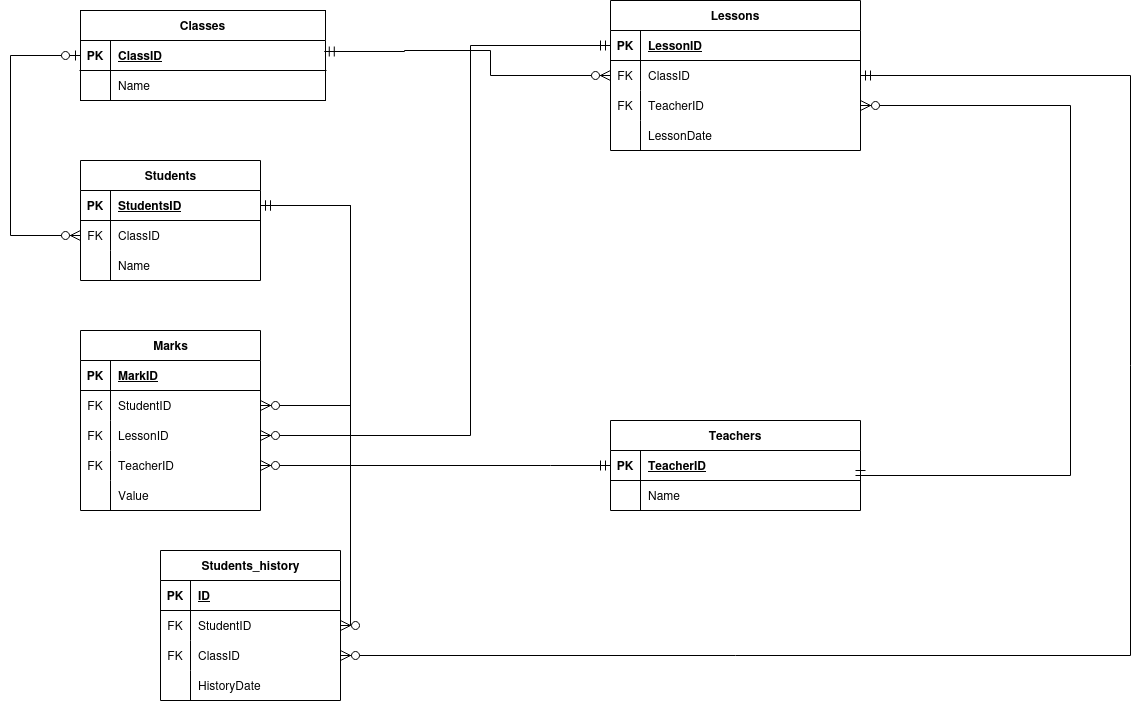
Before: docs/logical-model.png, a diagram exported from draw.io (demercurizer/School-Database). Source tidied: cells renumbered, new cells last; positions are measured from the earlier drawing's top-left corner, leaving out a move shared by most shapes.
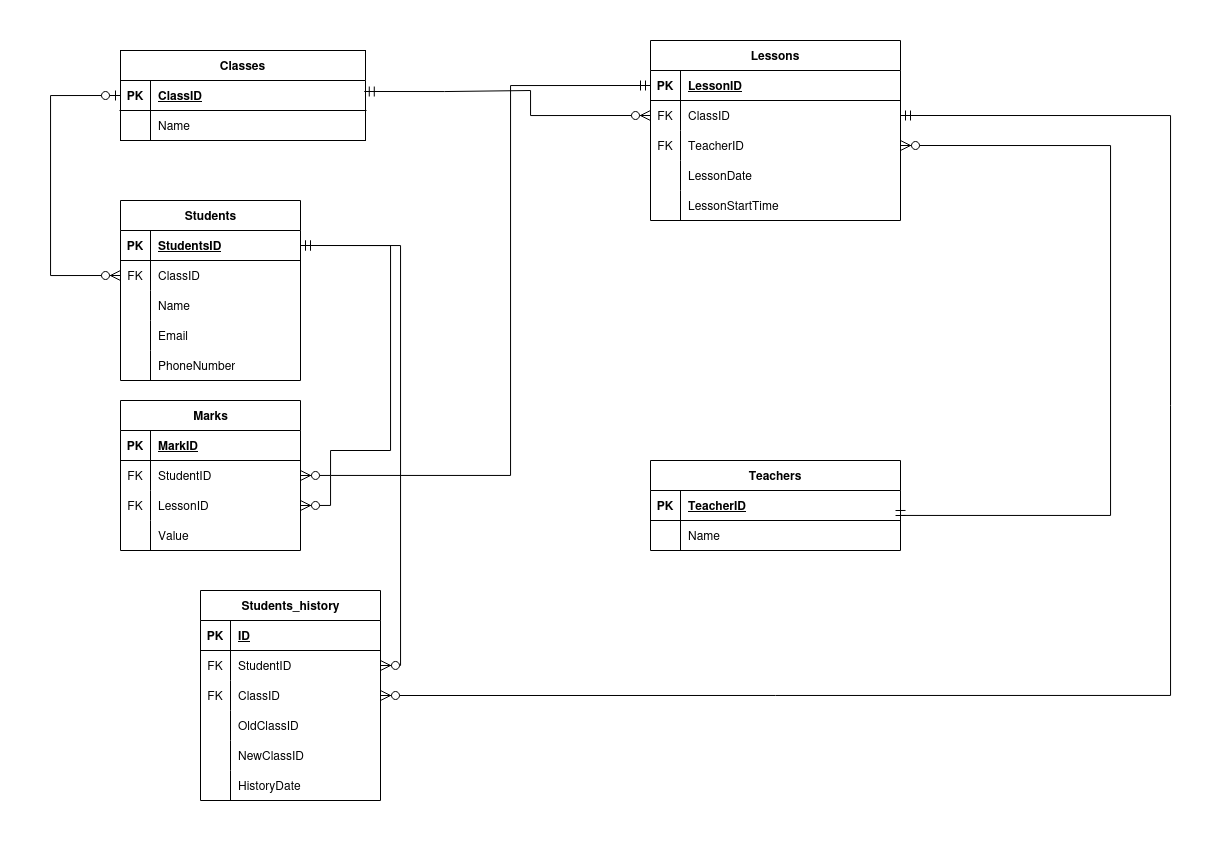
Above is the later version.

The edit, as a diff of the source:
```diff
@@ -31,7 +31,7 @@
       <mxGeometry x="30" width="215" height="30" as="geometry" />
     </mxCell>
     <mxCell id="10" value="Lessons" style="shape=table;startSize=30;rowLines=0;fontStyle=1;align=center;" parent="1" vertex="1">
-      <mxGeometry x="600" width="250" height="150" as="geometry" />
+      <mxGeometry x="600" width="250" height="180" as="geometry" />
     </mxCell>
     <mxCell id="11" style="shape=partialRectangle;fillColor=none;points=[[0,0.5],[1,0.5]];portConstraint=eastwest;top=0;left=0;right=0;bottom=1;" parent="10" vertex="1">
       <mxGeometry y="30" width="250" height="30" as="geometry" />
@@ -69,6 +69,15 @@
     <mxCell id="22" value="LessonDate" style="shape=partialRectangle;overflow=hidden;fillColor=none;top=0;left=0;bottom=0;right=0;align=left;spacingLeft=6;" parent="20" vertex="1">
       <mxGeometry x="30" width="220" height="30" as="geometry" />
     </mxCell>
+    <mxCell id="77" style="shape=partialRectangle;fillColor=none;top=0;left=0;right=0;bottom=0;" parent="10" vertex="1">
+      <mxGeometry y="150" width="250" height="30" as="geometry" />
+    </mxCell>
+    <mxCell id="78" style="shape=partialRectangle;overflow=hidden;fillColor=none;top=0;left=0;bottom=0;right=0;" parent="77" vertex="1">
+      <mxGeometry width="30" height="30" as="geometry" />
+    </mxCell>
+    <mxCell id="79" value="LessonStartTime" style="shape=partialRectangle;overflow=hidden;fillColor=none;top=0;left=0;bottom=0;right=0;align=left;spacingLeft=6;" parent="77" vertex="1">
+      <mxGeometry x="30" width="220" height="30" as="geometry" />
+    </mxCell>
     <mxCell id="23" value="Teachers" style="shape=table;startSize=30;rowLines=0;fontStyle=1;align=center;" parent="1" vertex="1">
       <mxGeometry x="600" y="420" width="250" height="90" as="geometry" />
     </mxCell>
@@ -91,7 +100,7 @@
       <mxGeometry x="30" width="220" height="30" as="geometry" />
     </mxCell>
     <mxCell id="30" value="Students" style="shape=table;startSize=30;rowLines=0;fontStyle=1;align=center;html=1;" parent="1" vertex="1">
-      <mxGeometry x="70" y="160" width="180" height="120" as="geometry" />
+      <mxGeometry x="70" y="160" width="180" height="180" as="geometry" />
     </mxCell>
     <mxCell id="31" style="shape=tableRow;horizontal=0;startSize=0;swimlaneHead=0;swimlaneBody=0;fillColor=none;points=[[0,0.5],[1,0.5]];portConstraint=eastwest;top=0;left=0;right=0;bottom=1;" parent="30" vertex="1">
       <mxGeometry y="30" width="180" height="30" as="geometry" />
@@ -120,8 +129,26 @@
     <mxCell id="39" value="Name" style="shape=partialRectangle;fillColor=none;top=0;left=0;bottom=0;right=0;align=left;spacingLeft=6;overflow=hidden;whiteSpace=wrap;html=1;" parent="37" vertex="1">
       <mxGeometry x="30" width="150" height="30" as="geometry" />
     </mxCell>
+    <mxCell id="80" style="shape=tableRow;horizontal=0;startSize=0;swimlaneHead=0;swimlaneBody=0;fillColor=none;top=0;left=0;right=0;bottom=0;" parent="30" vertex="1">
+      <mxGeometry y="120" width="180" height="30" as="geometry" />
+    </mxCell>
+    <mxCell id="81" style="shape=partialRectangle;fillColor=none;top=0;left=0;bottom=0;right=0;overflow=hidden;whiteSpace=wrap;html=1;" parent="80" vertex="1">
+      <mxGeometry width="30" height="30" as="geometry" />
+    </mxCell>
+    <mxCell id="82" value="Email" style="shape=partialRectangle;fillColor=none;top=0;left=0;bottom=0;right=0;align=left;spacingLeft=6;overflow=hidden;whiteSpace=wrap;html=1;" parent="80" vertex="1">
+      <mxGeometry x="30" width="150" height="30" as="geometry" />
+    </mxCell>
+    <mxCell id="83" style="shape=tableRow;horizontal=0;startSize=0;swimlaneHead=0;swimlaneBody=0;fillColor=none;top=0;left=0;right=0;bottom=0;" parent="30" vertex="1">
+      <mxGeometry y="150" width="180" height="30" as="geometry" />
+    </mxCell>
+    <mxCell id="84" style="shape=partialRectangle;fillColor=none;top=0;left=0;bottom=0;right=0;overflow=hidden;whiteSpace=wrap;html=1;" parent="83" vertex="1">
+      <mxGeometry width="30" height="30" as="geometry" />
+    </mxCell>
+    <mxCell id="85" value="PhoneNumber" style="shape=partialRectangle;fillColor=none;top=0;left=0;bottom=0;right=0;align=left;spacingLeft=6;overflow=hidden;whiteSpace=wrap;html=1;" parent="83" vertex="1">
+      <mxGeometry x="30" width="150" height="30" as="geometry" />
+    </mxCell>
     <mxCell id="40" value="Marks" style="shape=table;startSize=30;rowLines=0;fontStyle=1;align=center;html=1;" parent="1" vertex="1">
-      <mxGeometry x="70" y="330" width="180" height="180" as="geometry" />
+      <mxGeometry x="70" y="360" width="180" height="150" as="geometry" />
     </mxCell>
     <mxCell id="41" style="shape=tableRow;horizontal=0;startSize=0;swimlaneHead=0;swimlaneBody=0;fillColor=none;top=0;left=0;right=0;bottom=1;" parent="40" vertex="1">
       <mxGeometry y="30" width="180" height="30" as="geometry" />
@@ -150,17 +177,8 @@
     <mxCell id="49" value="LessonID" style="shape=partialRectangle;fillColor=none;top=0;left=0;bottom=0;right=0;align=left;spacingLeft=6;overflow=hidden;whiteSpace=wrap;html=1;" parent="47" vertex="1">
       <mxGeometry x="30" width="150" height="30" as="geometry" />
     </mxCell>
-    <mxCell id="50" style="shape=tableRow;horizontal=0;startSize=0;swimlaneHead=0;swimlaneBody=0;fillColor=none;points=[[0,0.5],[1,0.5]];portConstraint=eastwest;top=0;left=0;right=0;bottom=0;" parent="40" vertex="1">
-      <mxGeometry y="120" width="180" height="30" as="geometry" />
-    </mxCell>
-    <mxCell id="51" value="FK" style="shape=partialRectangle;fillColor=none;top=0;left=0;bottom=0;right=0;overflow=hidden;whiteSpace=wrap;html=1;" parent="50" vertex="1">
-      <mxGeometry width="30" height="30" as="geometry" />
-    </mxCell>
-    <mxCell id="52" value="TeacherID" style="shape=partialRectangle;fillColor=none;top=0;left=0;bottom=0;right=0;align=left;spacingLeft=6;overflow=hidden;whiteSpace=wrap;html=1;" parent="50" vertex="1">
-      <mxGeometry x="30" width="150" height="30" as="geometry" />
-    </mxCell>
     <mxCell id="53" style="shape=tableRow;horizontal=0;startSize=0;swimlaneHead=0;swimlaneBody=0;fillColor=none;top=0;left=0;right=0;bottom=0;" parent="40" vertex="1">
-      <mxGeometry y="150" width="180" height="30" as="geometry" />
+      <mxGeometry y="120" width="180" height="30" as="geometry" />
     </mxCell>
     <mxCell id="54" style="shape=partialRectangle;fillColor=none;top=0;left=0;bottom=0;right=0;overflow=hidden;whiteSpace=wrap;html=1;" parent="53" vertex="1">
       <mxGeometry width="30" height="30" as="geometry" />
@@ -169,7 +187,7 @@
       <mxGeometry x="30" width="150" height="30" as="geometry" />
     </mxCell>
     <mxCell id="56" value="Students_history" style="shape=table;startSize=30;rowLines=0;fontStyle=1;align=center;html=1;" parent="1" vertex="1">
-      <mxGeometry x="150" y="550" width="180" height="150" as="geometry" />
+      <mxGeometry x="150" y="550" width="180" height="210" as="geometry" />
     </mxCell>
     <mxCell id="57" style="shape=tableRow;horizontal=0;startSize=0;swimlaneHead=0;swimlaneBody=0;fillColor=none;top=0;left=0;right=0;bottom=1;" parent="56" vertex="1">
       <mxGeometry y="30" width="180" height="30" as="geometry" />
@@ -198,8 +216,26 @@
     <mxCell id="65" value="ClassID" style="shape=partialRectangle;fillColor=none;top=0;left=0;bottom=0;right=0;align=left;spacingLeft=6;overflow=hidden;whiteSpace=wrap;html=1;" parent="63" vertex="1">
       <mxGeometry x="30" width="150" height="30" as="geometry" />
     </mxCell>
+    <mxCell id="86" style="shape=tableRow;horizontal=0;startSize=0;swimlaneHead=0;swimlaneBody=0;fillColor=none;top=0;left=0;right=0;bottom=0;" parent="56" vertex="1">
+      <mxGeometry y="120" width="180" height="30" as="geometry" />
+    </mxCell>
+    <mxCell id="87" style="shape=partialRectangle;fillColor=none;top=0;left=0;bottom=0;right=0;overflow=hidden;whiteSpace=wrap;html=1;" parent="86" vertex="1">
+      <mxGeometry width="30" height="30" as="geometry" />
+    </mxCell>
+    <mxCell id="88" value="OldClassID" style="shape=partialRectangle;fillColor=none;top=0;left=0;bottom=0;right=0;align=left;spacingLeft=6;overflow=hidden;whiteSpace=wrap;html=1;" parent="86" vertex="1">
+      <mxGeometry x="30" width="150" height="30" as="geometry" />
+    </mxCell>
+    <mxCell id="89" style="shape=tableRow;horizontal=0;startSize=0;swimlaneHead=0;swimlaneBody=0;fillColor=none;top=0;left=0;right=0;bottom=0;" parent="56" vertex="1">
+      <mxGeometry y="150" width="180" height="30" as="geometry" />
+    </mxCell>
+    <mxCell id="90" style="shape=partialRectangle;fillColor=none;top=0;left=0;bottom=0;right=0;overflow=hidden;whiteSpace=wrap;html=1;" parent="89" vertex="1">
+      <mxGeometry width="30" height="30" as="geometry" />
+    </mxCell>
+    <mxCell id="91" value="NewClassID" style="shape=partialRectangle;fillColor=none;top=0;left=0;bottom=0;right=0;align=left;spacingLeft=6;overflow=hidden;whiteSpace=wrap;html=1;" parent="89" vertex="1">
+      <mxGeometry x="30" width="150" height="30" as="geometry" />
+    </mxCell>
     <mxCell id="66" style="shape=tableRow;horizontal=0;startSize=0;swimlaneHead=0;swimlaneBody=0;fillColor=none;top=0;left=0;right=0;bottom=0;" parent="56" vertex="1">
-      <mxGeometry y="120" width="180" height="30" as="geometry" />
+      <mxGeometry y="180" width="180" height="30" as="geometry" />
     </mxCell>
     <mxCell id="67" style="shape=partialRectangle;fillColor=none;top=0;left=0;bottom=0;right=0;overflow=hidden;whiteSpace=wrap;html=1;" parent="66" vertex="1">
       <mxGeometry width="30" height="30" as="geometry" />
@@ -237,27 +273,29 @@
       <mxGeometry relative="1" as="geometry">
         <Array as="points">
           <mxPoint x="340" y="205" />
-          <mxPoint x="340" y="405" />
+          <mxPoint x="340" y="410" />
+          <mxPoint x="280" y="410" />
+          <mxPoint x="280" y="435" />
         </Array>
       </mxGeometry>
     </mxCell>
-    <mxCell id="73" style="edgeStyle=orthogonalEdgeStyle;fontSize=12;html=1;endArrow=ERzeroToMany;startArrow=ERmandOne;rounded=0;startSize=8;endSize=8;exitX=0;exitY=0.5;exitDx=0;exitDy=0;entryX=1;entryY=0.5;entryDx=0;entryDy=0;" parent="1" edge="1" source="24" target="50">
-      <mxGeometry relative="1" as="geometry">
-        <Array as="points">
-          <mxPoint x="540" y="465" />
-        </Array>
-      </mxGeometry>
-    </mxCell>
     <mxCell id="74" style="edgeStyle=orthogonalEdgeStyle;fontSize=12;html=1;endArrow=ERzeroToMany;startArrow=ERmandOne;rounded=0;startSize=8;endSize=8;exitX=0;exitY=0.5;exitDx=0;exitDy=0;entryX=1;entryY=0.5;entryDx=0;entryDy=0;" parent="1" edge="1" source="11" target="47">
       <mxGeometry relative="1" as="geometry">
         <Array as="points">
           <mxPoint x="460" y="45" />
           <mxPoint x="460" y="435" />
+          <mxPoint x="280" y="435" />
+          <mxPoint x="280" y="465" />
         </Array>
       </mxGeometry>
     </mxCell>
     <mxCell id="75" style="edgeStyle=orthogonalEdgeStyle;fontSize=12;html=1;endArrow=ERzeroToMany;startArrow=ERmandOne;rounded=0;startSize=8;endSize=8;exitX=1;exitY=0.5;exitDx=0;exitDy=0;entryX=1;entryY=0.5;entryDx=0;entryDy=0;" parent="1" edge="1" source="31" target="60">
-      <mxGeometry relative="1" as="geometry" />
+      <mxGeometry relative="1" as="geometry">
+        <Array as="points">
+          <mxPoint x="350" y="205" />
+          <mxPoint x="350" y="625" />
+        </Array>
+      </mxGeometry>
     </mxCell>
     <mxCell id="76" style="edgeStyle=orthogonalEdgeStyle;fontSize=12;html=1;endArrow=ERzeroToMany;startArrow=ERmandOne;rounded=0;startSize=8;endSize=8;exitX=1;exitY=0.5;exitDx=0;exitDy=0;entryX=1;entryY=0.5;entryDx=0;entryDy=0;" parent="1" edge="1" source="14" target="63">
       <mxGeometry relative="1" as="geometry">
```
